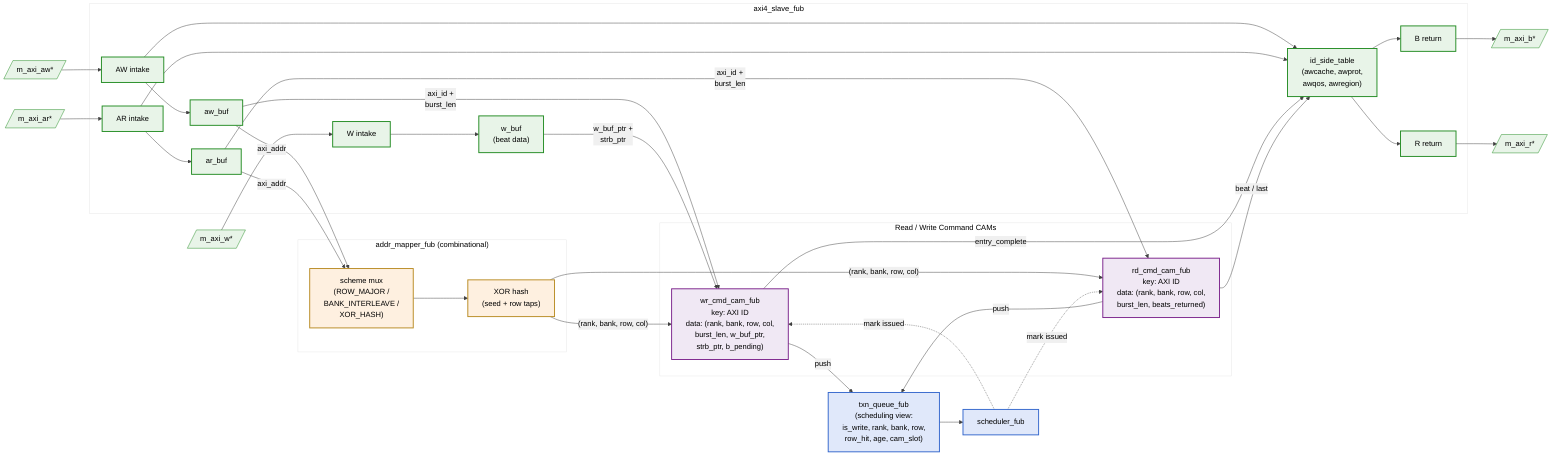
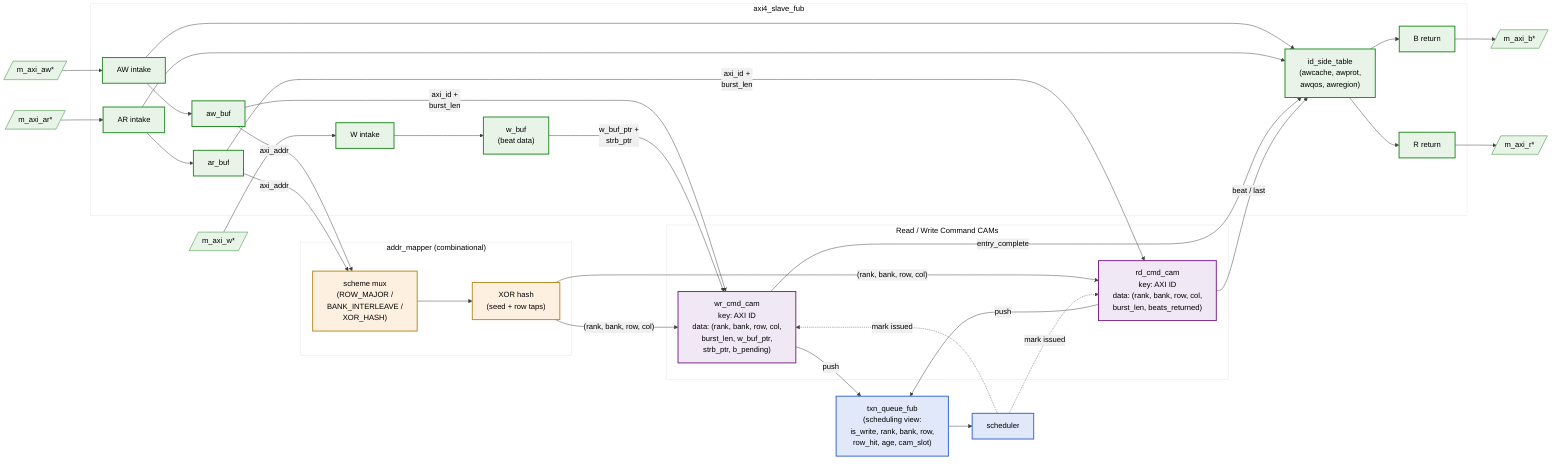
%%{init: {'theme': 'base', 'themeVariables': { 'primaryColor': '#e8f4e8', 'primaryTextColor': '#000', 'primaryBorderColor': '#228B22', 'lineColor': '#404040', 'secondaryColor': '#f0f0f0', 'tertiaryColor': '#fff'}}}%%
flowchart LR
    subgraph AXI_SLAVE["axi4_slave_fub"]
        aw_in["AW intake"]
        w_in["W intake"]
        ar_in["AR intake"]
        aw_buf["aw_buf"]
        w_buf["w_buf<br/>(beat data)"]
        ar_buf["ar_buf"]
        id_side["id_side_table<br/>(awcache, awprot,<br/>awqos, awregion)"]
        b_out["B return"]
        r_out["R return"]
    end

-     subgraph MAPPER["addr_mapper_fub (combinational)"]
+     subgraph MAPPER["addr_mapper (combinational)"]
        scheme_mux["scheme mux<br/>(ROW_MAJOR /<br/>BANK_INTERLEAVE /<br/>XOR_HASH)"]
        xor_net["XOR hash<br/>(seed + row taps)"]
    end

    subgraph CAMS["Read / Write Command CAMs"]
-         wr_cam["wr_cmd_cam_fub<br/>key: AXI ID<br/>data: (rank, bank, row, col,<br/>burst_len, w_buf_ptr,<br/>strb_ptr, b_pending)"]
-         rd_cam["rd_cmd_cam_fub<br/>key: AXI ID<br/>data: (rank, bank, row, col,<br/>burst_len, beats_returned)"]
+         wr_cam["wr_cmd_cam<br/>key: AXI ID<br/>data: (rank, bank, row, col,<br/>burst_len, w_buf_ptr,<br/>strb_ptr, b_pending)"]
+         rd_cam["rd_cmd_cam<br/>key: AXI ID<br/>data: (rank, bank, row, col,<br/>burst_len, beats_returned)"]
    end

    txn_queue["txn_queue_fub<br/>(scheduling view:<br/>is_write, rank, bank, row,<br/>row_hit, age, cam_slot)"]
-     scheduler["scheduler_fub"]
+     scheduler["scheduler"]

    M_AW[/"m_axi_aw*"/] --> aw_in
    M_W[/"m_axi_w*"/] --> w_in
    M_AR[/"m_axi_ar*"/] --> ar_in

    aw_in --> aw_buf
    aw_in --> id_side
    w_in --> w_buf
    ar_in --> ar_buf
    ar_in --> id_side

    aw_buf -- "axi_addr" --> scheme_mux
    ar_buf -- "axi_addr" --> scheme_mux
    scheme_mux --> xor_net
    xor_net -- "(rank, bank, row, col)" --> wr_cam
    xor_net -- "(rank, bank, row, col)" --> rd_cam

    aw_buf -- "axi_id +<br/>burst_len" --> wr_cam
    w_buf -- "w_buf_ptr +<br/>strb_ptr" --> wr_cam
    ar_buf -- "axi_id +<br/>burst_len" --> rd_cam

    wr_cam -- "push" --> txn_queue
    rd_cam -- "push" --> txn_queue
    txn_queue --> scheduler

    scheduler -. "mark issued" .-> wr_cam
    scheduler -. "mark issued" .-> rd_cam

    wr_cam -- "entry_complete" --> id_side
    rd_cam -- "beat / last" --> id_side
    id_side --> b_out
    id_side --> r_out

    b_out --> M_B[/"m_axi_b*"/]
    r_out --> M_R[/"m_axi_r*"/]

    classDef axi fill:#e8f4e8,stroke:#228B22,stroke-width:2px
    classDef mapper fill:#fef0e0,stroke:#B88B22,stroke-width:2px
    classDef cam fill:#f0e8f4,stroke:#7B228B,stroke-width:2px
    classDef sched fill:#e0e8fa,stroke:#3366CC,stroke-width:2px

    class aw_in,w_in,ar_in,aw_buf,w_buf,ar_buf,id_side,b_out,r_out axi
    class scheme_mux,xor_net mapper
    class wr_cam,rd_cam cam
    class txn_queue,scheduler sched
